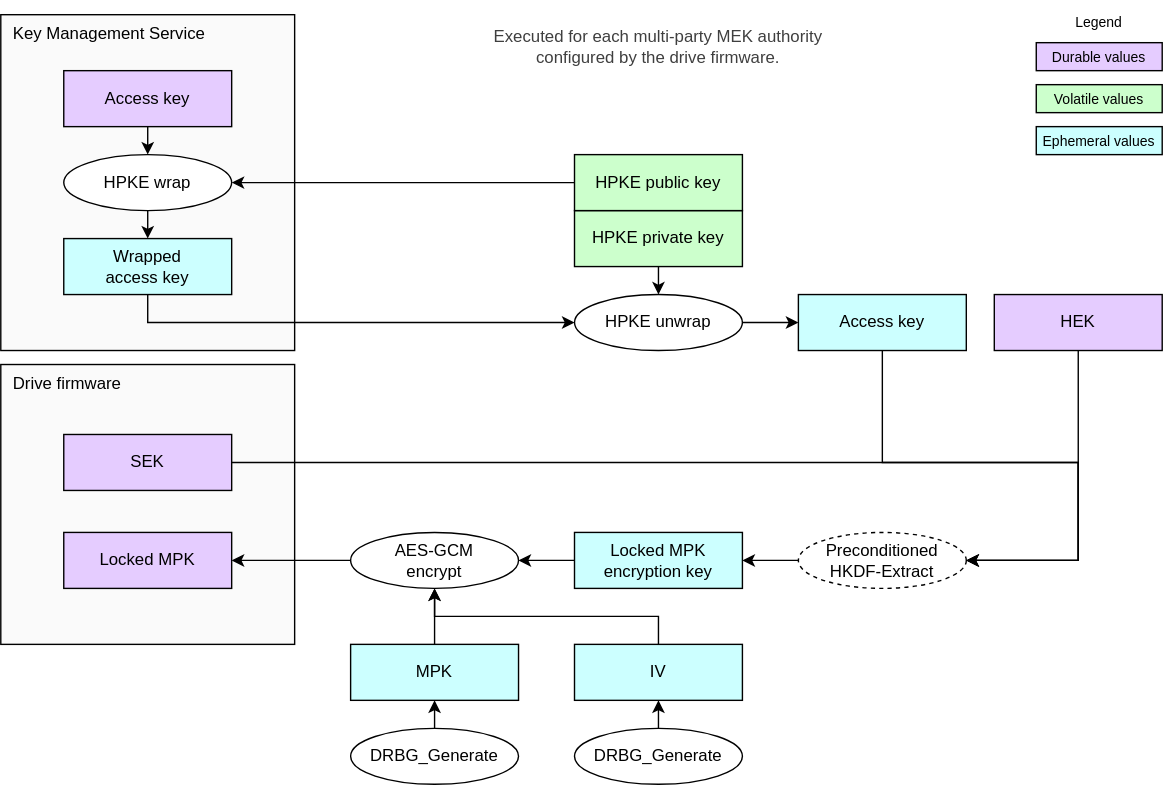
Before: doc/ocp_lock/diagrams/mpk_generate.drawio.svg, a diagram exported from draw.io (chipsalliance/Caliptra). Source tidied: cells renumbered, new cells last; positions are measured from the earlier drawing's top-left corner, leaving out a move shared by most shapes.
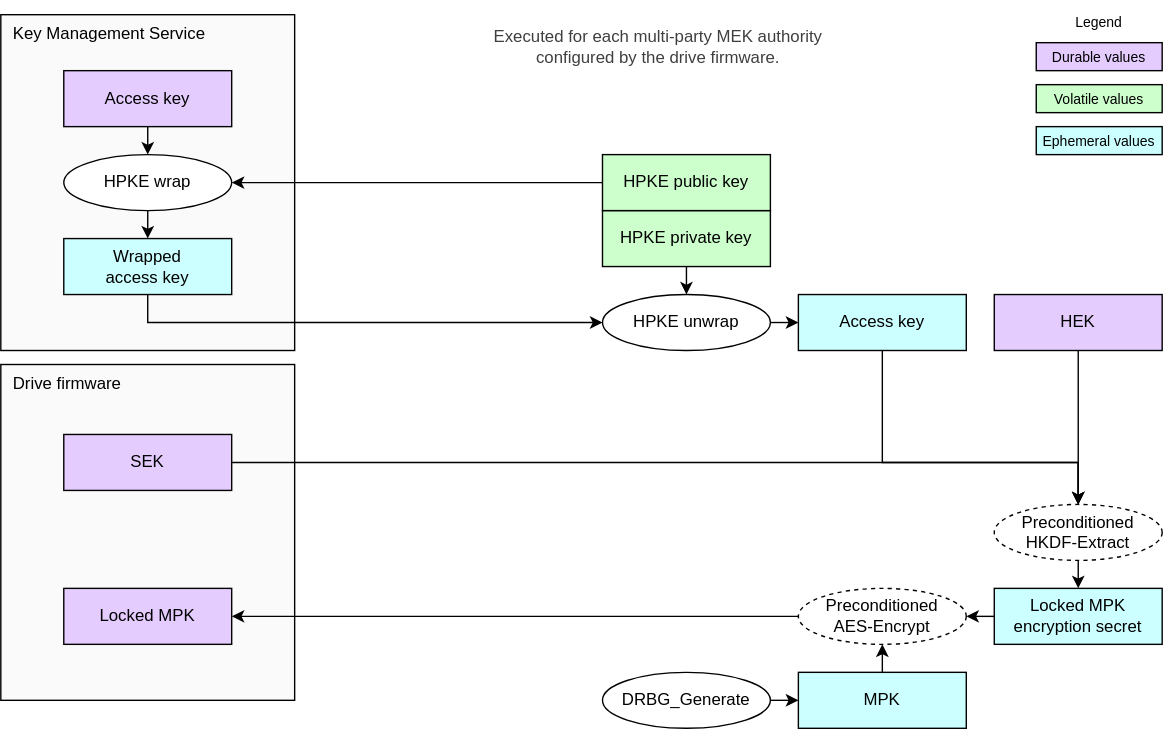
The same diagram one commit later.

Commit message:
Add "preconditioned AES" operations.

Change to the diagram source:
```diff
@@ -3,65 +3,60 @@
     <mxCell id="0" />
     <mxCell id="1" parent="0" />
     <mxCell id="2" value="Drive firmware" style="rounded=0;whiteSpace=wrap;html=1;fillColor=#FAFAFA;strokeColor=#000000;align=left;verticalAlign=top;spacingLeft=7;" parent="1" vertex="1">
-      <mxGeometry y="260" width="210" height="200" as="geometry" />
+      <mxGeometry y="260" width="210" height="240" as="geometry" />
     </mxCell>
     <mxCell id="3" value="Key Management Service" style="rounded=0;whiteSpace=wrap;html=1;fillColor=#FAFAFA;strokeColor=#000000;align=left;verticalAlign=top;spacingLeft=7;" parent="1" vertex="1">
       <mxGeometry y="10" width="210" height="240" as="geometry" />
     </mxCell>
     <mxCell id="4" value="&lt;div&gt;&lt;font color=&quot;#000000&quot;&gt;Locked MPK&lt;/font&gt;&lt;/div&gt;" style="rounded=0;whiteSpace=wrap;html=1;align=center;verticalAlign=middle;shadow=0;glass=0;spacingLeft=0;spacingBottom=0;spacingTop=0;fillColor=#E5CCFF;" parent="1" vertex="1">
-      <mxGeometry x="45" y="380" width="120" height="40" as="geometry" />
+      <mxGeometry x="45" y="420" width="120" height="40" as="geometry" />
     </mxCell>
     <mxCell id="5" value="&lt;div&gt;&lt;font color=&quot;#000000&quot;&gt;HEK&lt;/font&gt;&lt;/div&gt;" style="rounded=0;whiteSpace=wrap;html=1;align=center;verticalAlign=middle;shadow=0;glass=0;spacingLeft=0;spacingBottom=0;spacingTop=0;fillColor=#E5CCFF;" parent="1" vertex="1">
       <mxGeometry x="710" y="210" width="120" height="40" as="geometry" />
     </mxCell>
+    <mxCell id="11" style="edgeStyle=none;html=1;exitX=0;exitY=0.5;exitDx=0;exitDy=0;entryX=1;entryY=0.5;entryDx=0;entryDy=0;" parent="1" edge="1" source="6" target="9">
+      <mxGeometry relative="1" as="geometry" />
+    </mxCell>
-    <mxCell id="6" value="&lt;div&gt;&lt;font color=&quot;#000000&quot;&gt;Locked MPK encryption key&lt;/font&gt;&lt;/div&gt;" style="rounded=0;whiteSpace=wrap;html=1;align=center;verticalAlign=middle;shadow=0;glass=0;spacingLeft=0;spacingBottom=0;spacingTop=0;fillColor=#CCFFFF;" parent="1" vertex="1">
-      <mxGeometry x="410" y="380" width="120" height="40" as="geometry" />
+    <mxCell id="6" value="&lt;div&gt;&lt;font color=&quot;#000000&quot;&gt;Locked MPK encryption secret&lt;/font&gt;&lt;/div&gt;" style="rounded=0;whiteSpace=wrap;html=1;align=center;verticalAlign=middle;shadow=0;glass=0;spacingLeft=0;spacingBottom=0;spacingTop=0;fillColor=#CCFFFF;" parent="1" vertex="1">
+      <mxGeometry x="710" y="420" width="120" height="40" as="geometry" />
     </mxCell>
     <mxCell id="7" value="&lt;div&gt;&lt;font color=&quot;#000000&quot;&gt;Access key&lt;/font&gt;&lt;/div&gt;" style="rounded=0;whiteSpace=wrap;html=1;align=center;verticalAlign=middle;shadow=0;glass=0;spacingLeft=0;spacingBottom=0;spacingTop=0;fillColor=#CCFFFF;" parent="1" vertex="1">
       <mxGeometry x="570" y="210" width="120" height="40" as="geometry" />
     </mxCell>
     <mxCell id="8" value="Preconditioned&lt;div&gt;HKDF-Extract&lt;/div&gt;" style="ellipse;whiteSpace=wrap;html=1;fillColor=#FFFFFF;dashed=1;" parent="1" vertex="1">
-      <mxGeometry x="570" y="380" width="120" height="40" as="geometry" />
+      <mxGeometry x="710" y="360" width="120" height="40" as="geometry" />
     </mxCell>
-    <mxCell id="9" value="AES-GCM&lt;div&gt;encrypt&lt;/div&gt;" style="ellipse;whiteSpace=wrap;html=1;fillColor=#FFFFFF;" parent="1" vertex="1">
-      <mxGeometry x="250" y="380" width="120" height="40" as="geometry" />
+    <mxCell id="9" value="Preconditioned&lt;div&gt;AES-Encrypt&lt;/div&gt;" style="ellipse;whiteSpace=wrap;html=1;fillColor=#FFFFFF;dashed=1;" parent="1" vertex="1">
+      <mxGeometry x="570" y="420" width="120" height="40" as="geometry" />
     </mxCell>
     <mxCell id="10" style="endArrow=none;html=1;exitX=1;exitY=0.5;exitDx=0;exitDy=0;entryX=0;entryY=0.5;entryDx=0;entryDy=0;startArrow=classic;startFill=1;endFill=0;endSize=6;startSize=6;" parent="1" edge="1" source="4" target="9">
       <mxGeometry relative="1" as="geometry" />
     </mxCell>
-    <mxCell id="11" style="endArrow=classic;html=1;exitX=0;exitY=0.5;exitDx=0;exitDy=0;entryX=1;entryY=0.5;entryDx=0;entryDy=0;endSize=6;startSize=6;" parent="1" edge="1" source="6" target="9">
-      <mxGeometry relative="1" as="geometry" />
-    </mxCell>
-    <mxCell id="12" style="endArrow=classic;html=1;exitX=0.5;exitY=1;exitDx=0;exitDy=0;endSize=6;startSize=6;entryX=1;entryY=0.5;entryDx=0;entryDy=0;edgeStyle=orthogonalEdgeStyle;rounded=0;curved=0;" parent="1" edge="1" source="7" target="8">
+    <mxCell id="12" style="endArrow=classic;html=1;exitX=0.5;exitY=1;exitDx=0;exitDy=0;endSize=6;startSize=6;edgeStyle=orthogonalEdgeStyle;rounded=0;curved=0;entryX=0.5;entryY=0;entryDx=0;entryDy=0;" parent="1" edge="1" source="7" target="8">
       <mxGeometry relative="1" as="geometry">
         <Array as="points">
           <mxPoint x="630" y="330" />
           <mxPoint x="770" y="330" />
-          <mxPoint x="770" y="400" />
         </Array>
       </mxGeometry>
     </mxCell>
-    <mxCell id="13" style="endArrow=classic;html=1;exitX=0;exitY=0.5;exitDx=0;exitDy=0;entryX=1;entryY=0.5;entryDx=0;entryDy=0;endSize=6;startSize=6;" parent="1" edge="1" source="8" target="6">
+    <mxCell id="13" style="endArrow=classic;html=1;exitX=0.5;exitY=1;exitDx=0;exitDy=0;entryX=0.5;entryY=0;entryDx=0;entryDy=0;endSize=6;startSize=6;" parent="1" edge="1" source="8" target="6">
       <mxGeometry relative="1" as="geometry" />
     </mxCell>
     <mxCell id="14" value="&lt;div&gt;&lt;font color=&quot;#000000&quot;&gt;MPK&lt;/font&gt;&lt;/div&gt;" style="rounded=0;whiteSpace=wrap;html=1;align=center;verticalAlign=middle;shadow=0;glass=0;spacingLeft=0;spacingBottom=0;spacingTop=0;fillColor=#CCFFFF;" parent="1" vertex="1">
-      <mxGeometry x="250" y="460" width="120" height="40" as="geometry" />
+      <mxGeometry x="570" y="480" width="120" height="40" as="geometry" />
     </mxCell>
     <mxCell id="15" style="endArrow=none;html=1;exitX=0.5;exitY=1;exitDx=0;exitDy=0;entryX=0.5;entryY=0;entryDx=0;entryDy=0;startArrow=classic;startFill=1;endFill=0;endSize=6;startSize=6;" parent="1" edge="1" source="9" target="14">
       <mxGeometry relative="1" as="geometry" />
     </mxCell>
-    <mxCell id="16" style="edgeStyle=segmentEdgeStyle;endArrow=classic;html=1;curved=0;rounded=0;endSize=6;startSize=6;entryX=1;entryY=0.5;entryDx=0;entryDy=0;exitX=0.5;exitY=1;exitDx=0;exitDy=0;" parent="1" edge="1" source="5" target="8">
-      <mxGeometry relative="1" as="geometry">
-        <Array as="points">
-          <mxPoint x="770" y="400" />
-        </Array>
-      </mxGeometry>
+    <mxCell id="16" style="edgeStyle=segmentEdgeStyle;endArrow=classic;html=1;curved=0;rounded=0;endSize=6;startSize=6;exitX=0.5;exitY=1;exitDx=0;exitDy=0;entryX=0.5;entryY=0;entryDx=0;entryDy=0;" parent="1" edge="1" source="5" target="8">
+      <mxGeometry relative="1" as="geometry" />
     </mxCell>
     <mxCell id="17" value="&lt;div&gt;&lt;font color=&quot;#000000&quot;&gt;HPKE private key&lt;/font&gt;&lt;/div&gt;" style="rounded=0;whiteSpace=wrap;html=1;align=center;verticalAlign=middle;shadow=0;glass=0;spacingLeft=0;spacingBottom=0;spacingTop=0;fillColor=#CCFFCC;" parent="1" vertex="1">
-      <mxGeometry x="410" y="150" width="120" height="40" as="geometry" />
+      <mxGeometry x="430" y="150" width="120" height="40" as="geometry" />
     </mxCell>
     <mxCell id="18" value="HPKE unwrap" style="ellipse;whiteSpace=wrap;html=1;fillColor=#FFFFFF;" parent="1" vertex="1">
-      <mxGeometry x="410" y="210" width="120" height="40" as="geometry" />
+      <mxGeometry x="430" y="210" width="120" height="40" as="geometry" />
     </mxCell>
     <mxCell id="19" style="endArrow=classic;html=1;exitX=1;exitY=0.5;exitDx=0;exitDy=0;endSize=6;startSize=6;" parent="1" edge="1" source="18" target="7">
       <mxGeometry relative="1" as="geometry" />
@@ -73,7 +68,7 @@
       <mxGeometry x="45" y="110" width="120" height="40" as="geometry" />
     </mxCell>
     <mxCell id="22" value="&lt;div&gt;&lt;font color=&quot;#000000&quot;&gt;HPKE public key&lt;/font&gt;&lt;/div&gt;" style="rounded=0;whiteSpace=wrap;html=1;align=center;verticalAlign=middle;shadow=0;glass=0;spacingLeft=0;spacingBottom=0;spacingTop=0;fillColor=#CCFFCC;" parent="1" vertex="1">
-      <mxGeometry x="410" y="110" width="120" height="40" as="geometry" />
+      <mxGeometry x="430" y="110" width="120" height="40" as="geometry" />
     </mxCell>
     <mxCell id="23" style="edgeStyle=segmentEdgeStyle;endArrow=classic;html=1;curved=0;rounded=0;endSize=6;startSize=6;exitX=0;exitY=0.5;exitDx=0;exitDy=0;entryX=1;entryY=0.5;entryDx=0;entryDy=0;" parent="1" edge="1" source="22" target="21">
       <mxGeometry relative="1" as="geometry">
@@ -105,11 +100,11 @@
     <mxCell id="29" value="Legend" style="text;strokeColor=none;align=center;fillColor=none;html=1;verticalAlign=middle;whiteSpace=wrap;rounded=0;fontSize=10;" parent="1" vertex="1">
       <mxGeometry x="755" width="60" height="30" as="geometry" />
     </mxCell>
-    <mxCell id="30" style="edgeStyle=none;html=1;entryX=0.5;entryY=1;entryDx=0;entryDy=0;exitX=0.5;exitY=0;exitDx=0;exitDy=0;" parent="1" edge="1" source="31" target="14">
+    <mxCell id="30" style="edgeStyle=none;html=1;entryX=0;entryY=0.5;entryDx=0;entryDy=0;exitX=1;exitY=0.5;exitDx=0;exitDy=0;" parent="1" edge="1" source="31" target="14">
       <mxGeometry relative="1" as="geometry" />
     </mxCell>
     <mxCell id="31" value="DRBG_Generate" style="ellipse;whiteSpace=wrap;html=1;fillColor=#FFFFFF;" parent="1" vertex="1">
-      <mxGeometry x="250" y="520" width="120" height="40" as="geometry" />
+      <mxGeometry x="430" y="480" width="120" height="40" as="geometry" />
     </mxCell>
     <mxCell id="32" value="&lt;div&gt;&lt;font color=&quot;#000000&quot;&gt;Volatile values&lt;/font&gt;&lt;/div&gt;" style="rounded=0;whiteSpace=wrap;html=1;align=center;verticalAlign=middle;shadow=0;glass=0;spacingLeft=0;spacingBottom=0;spacingTop=0;fillColor=#CCFFCC;fontSize=10;" parent="1" vertex="1">
       <mxGeometry x="740" y="60" width="90" height="20" as="geometry" />
@@ -123,26 +118,13 @@
     <mxCell id="35" value="&lt;div style=&quot;color: rgb(63, 63, 63);&quot;&gt;Executed&lt;span style=&quot;background-color: transparent;&quot;&gt;&amp;nbsp;for&amp;nbsp;&lt;/span&gt;&lt;span style=&quot;background-color: transparent;&quot;&gt;each multi-party MEK authority configured by the drive firmware.&lt;/span&gt;&lt;/div&gt;" style="text;strokeColor=none;align=center;fillColor=none;html=1;verticalAlign=middle;whiteSpace=wrap;rounded=0;" parent="1" vertex="1">
       <mxGeometry x="340" y="10" width="260" height="45" as="geometry" />
     </mxCell>
-    <mxCell id="36" style="endArrow=none;html=1;exitX=0.5;exitY=1;exitDx=0;exitDy=0;entryX=0.5;entryY=0;entryDx=0;entryDy=0;startArrow=classic;startFill=1;endFill=0;endSize=6;startSize=6;" parent="1" edge="1" source="37" target="38">
-      <mxGeometry relative="1" as="geometry" />
-    </mxCell>
-    <mxCell id="37" value="&lt;div&gt;&lt;font color=&quot;#000000&quot;&gt;IV&lt;/font&gt;&lt;/div&gt;" style="rounded=0;whiteSpace=wrap;html=1;align=center;verticalAlign=middle;shadow=0;glass=0;spacingLeft=0;spacingBottom=0;spacingTop=0;fillColor=#CCFFFF;" parent="1" vertex="1">
-      <mxGeometry x="410" y="460" width="120" height="40" as="geometry" />
-    </mxCell>
-    <mxCell id="38" value="DRBG_Generate" style="ellipse;whiteSpace=wrap;html=1;fillColor=#FFFFFF;" parent="1" vertex="1">
-      <mxGeometry x="410" y="520" width="120" height="40" as="geometry" />
-    </mxCell>
-    <mxCell id="39" style="edgeStyle=orthogonalEdgeStyle;endArrow=classic;html=1;rounded=0;endSize=6;startSize=6;entryX=0.5;entryY=1;entryDx=0;entryDy=0;exitX=0.5;exitY=0;exitDx=0;exitDy=0;" parent="1" edge="1" source="37" target="9">
-      <mxGeometry relative="1" as="geometry" />
-    </mxCell>
     <mxCell id="40" value="&lt;div&gt;&lt;font color=&quot;#000000&quot;&gt;SEK&lt;/font&gt;&lt;/div&gt;" style="rounded=0;whiteSpace=wrap;html=1;align=center;verticalAlign=middle;shadow=0;glass=0;spacingLeft=0;spacingBottom=0;spacingTop=0;fillColor=#E5CCFF;" parent="1" vertex="1">
       <mxGeometry x="45" y="310" width="120" height="40" as="geometry" />
     </mxCell>
-    <mxCell id="41" style="edgeStyle=orthogonalEdgeStyle;endArrow=classic;html=1;rounded=0;endSize=6;startSize=6;entryX=1;entryY=0.5;entryDx=0;entryDy=0;exitX=1;exitY=0.5;exitDx=0;exitDy=0;" parent="1" edge="1" source="40" target="8">
+    <mxCell id="41" style="edgeStyle=orthogonalEdgeStyle;endArrow=classic;html=1;rounded=0;endSize=6;startSize=6;exitX=1;exitY=0.5;exitDx=0;exitDy=0;entryX=0.5;entryY=0;entryDx=0;entryDy=0;" parent="1" edge="1" source="40" target="8">
       <mxGeometry relative="1" as="geometry">
         <Array as="points">
           <mxPoint x="770" y="330" />
-          <mxPoint x="770" y="400" />
         </Array>
       </mxGeometry>
     </mxCell>
```
